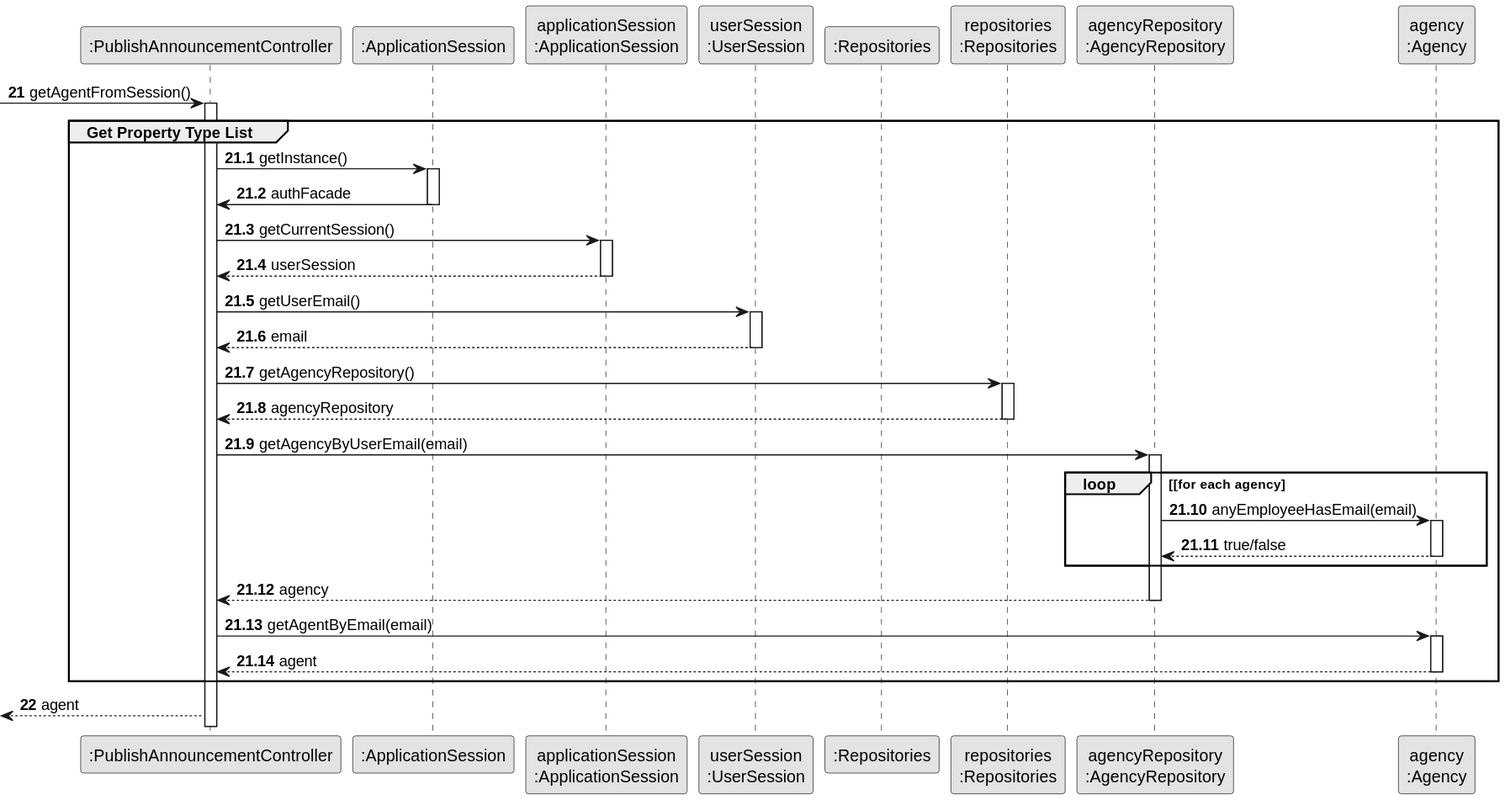
Before: docs/sprintB/us002/03.design/svg/us002-sequence-diagram-partial-get-agent.svg, a diagram exported from PlantUML (rita-barbosa/LAPR2-2223). Source of this version:
```plantuml
@startuml
skinparam monochrome true
skinparam packageStyle rectangle
skinparam shadowing false


participant ":PublishAnnouncementController" as CTRL
participant ":ApplicationSession" as _APP
participant "applicationSession\n:ApplicationSession" as APP
participant "userSession\n:UserSession" as SESSION
participant ":Repositories" as RepositorySingleton
participant "repositories\n:Repositories" as PLAT
participant "agencyRepository\n:AgencyRepository" as AgencyRepository
participant "agency\n:Agency" as AGENCY


autonumber 21

             -> CTRL : getAgentFromSession()
             activate CTRL

autonumber 21.1

    group Get Property Type List

             CTRL -> _APP: getInstance()
             activate _APP
             _APP -> CTRL: authFacade
             deactivate _APP


             CTRL -> APP: getCurrentSession()
             activate APP

                 APP --> CTRL: userSession
             deactivate APP

             CTRL -> SESSION: getUserEmail()
             activate SESSION

                 SESSION --> CTRL: email
             deactivate SESSION


             CTRL -> PLAT: getAgencyRepository()
             activate PLAT

                 PLAT --> CTRL: agencyRepository
             deactivate PLAT


             CTRL -> AgencyRepository: getAgencyByUserEmail(email)
             activate AgencyRepository

                 loop [for each agency
                     AgencyRepository -> AGENCY : anyEmployeeHasEmail(email)
                     activate AGENCY

                          AGENCY --> AgencyRepository : true/false
                     deactivate AGENCY
                 end
                 AgencyRepository --> CTRL : agency
             deactivate AgencyRepository

             CTRL -> AGENCY: getAgentByEmail(email)
             activate AGENCY

                 AGENCY --> CTRL : agent
             deactivate AGENCY




    end

autonumber 22

    <-- CTRL : agent
@enduml
```
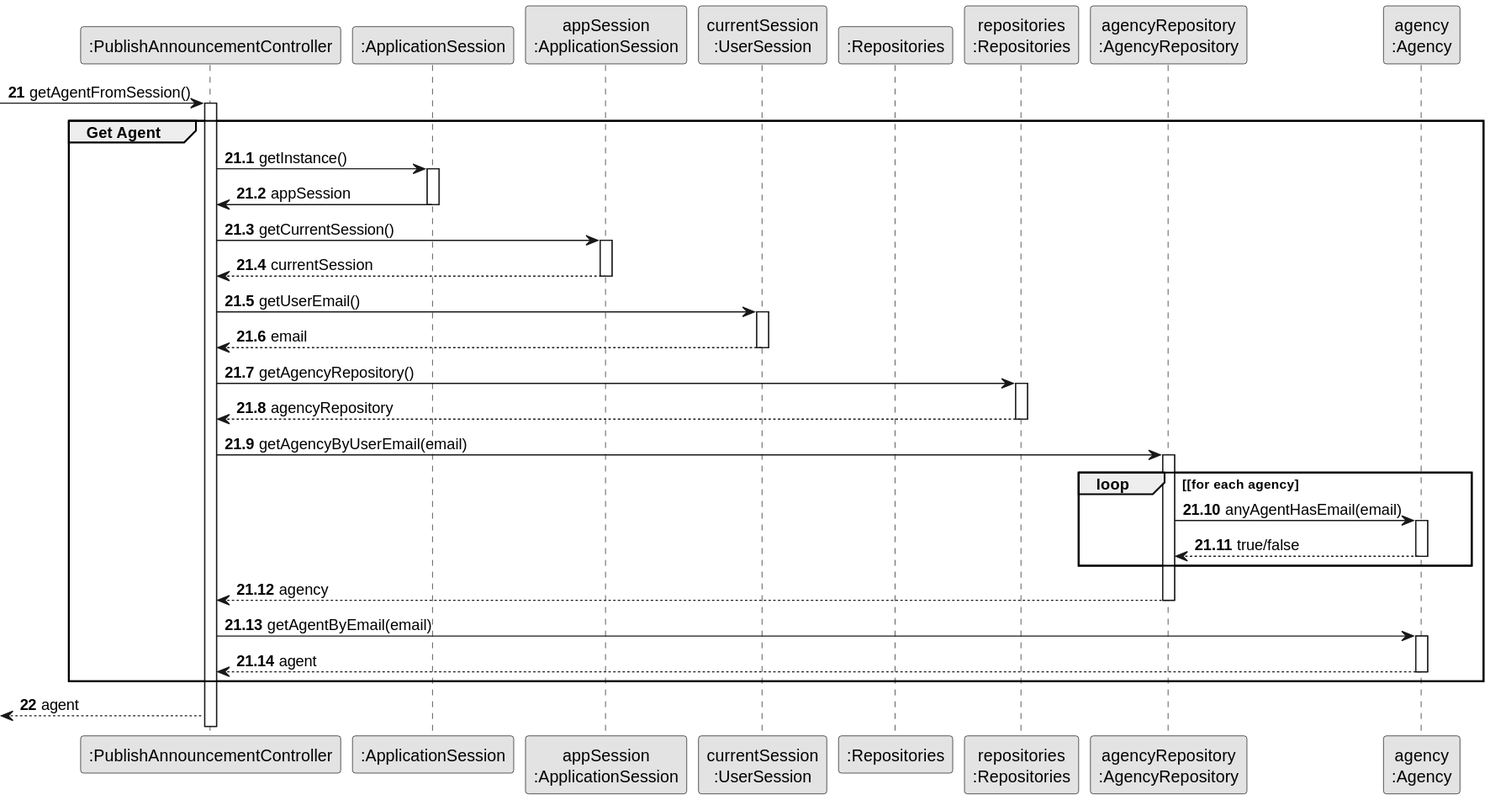
After the change.

Change to the diagram source:
```diff
@@ -6,8 +6,8 @@
 
 participant ":PublishAnnouncementController" as CTRL
 participant ":ApplicationSession" as _APP
-participant "applicationSession\n:ApplicationSession" as APP
-participant "userSession\n:UserSession" as SESSION
+participant "appSession\n:ApplicationSession" as APP
+participant "currentSession\n:UserSession" as SESSION
 participant ":Repositories" as RepositorySingleton
 participant "repositories\n:Repositories" as PLAT
 participant "agencyRepository\n:AgencyRepository" as AgencyRepository
@@ -21,18 +21,18 @@
 
 autonumber 21.1
 
-    group Get Property Type List
+    group Get Agent
 
              CTRL -> _APP: getInstance()
              activate _APP
-             _APP -> CTRL: authFacade
+             _APP -> CTRL: appSession
              deactivate _APP
 
 
              CTRL -> APP: getCurrentSession()
              activate APP
 
-                 APP --> CTRL: userSession
+                 APP --> CTRL: currentSession
              deactivate APP
 
              CTRL -> SESSION: getUserEmail()
@@ -53,7 +53,7 @@
              activate AgencyRepository
 
                  loop [for each agency
-                     AgencyRepository -> AGENCY : anyEmployeeHasEmail(email)
+                     AgencyRepository -> AGENCY : anyAgentHasEmail(email)
                      activate AGENCY
 
                           AGENCY --> AgencyRepository : true/false
```
